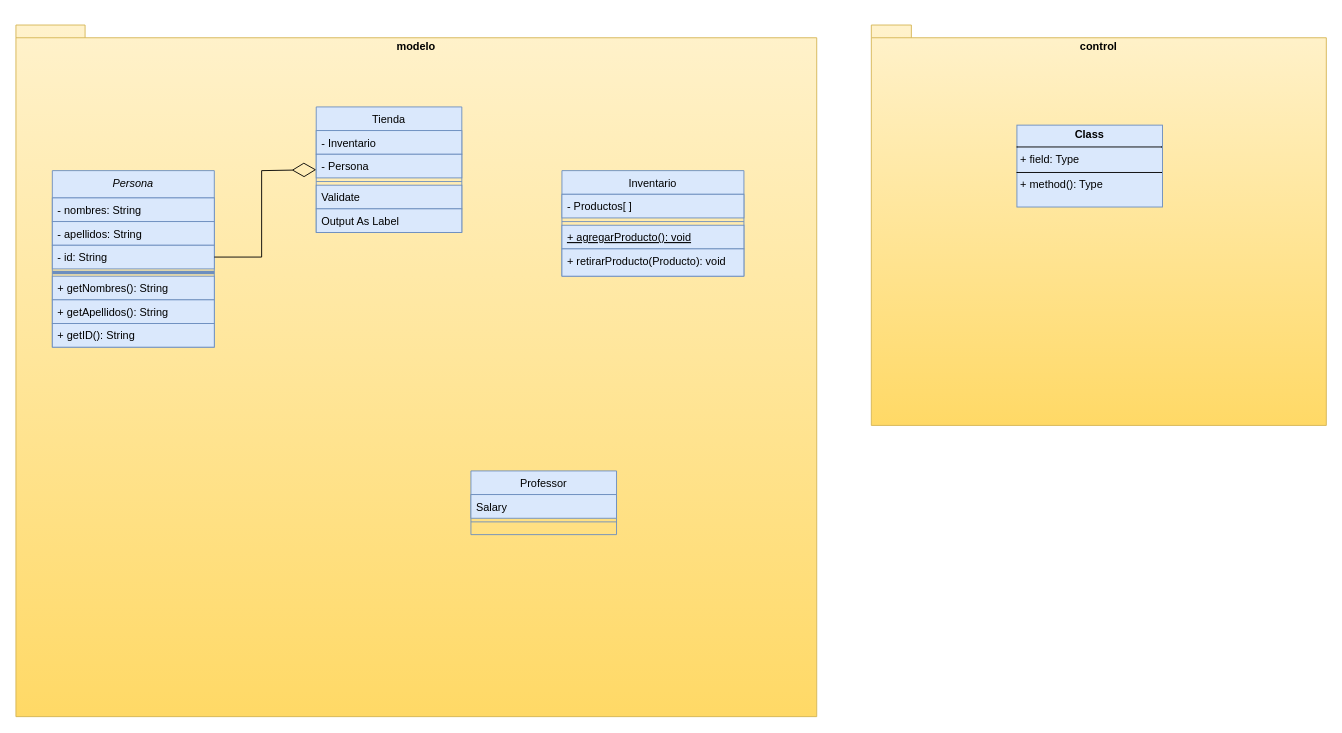
This is ProyectoPOO2024-2/UMLProyecto.drawio from AndresFCastano7723/ProyectoPOO2024-2, a draw.io file, before an edit. Source tidied: cells renumbered, new cells numbered last; positions are measured from the earlier drawing's top-left corner, leaving out a move shared by most shapes. Both pictures are drawn from the tidied source at 91%, with x=0, y=0 at pixel (15, 25).
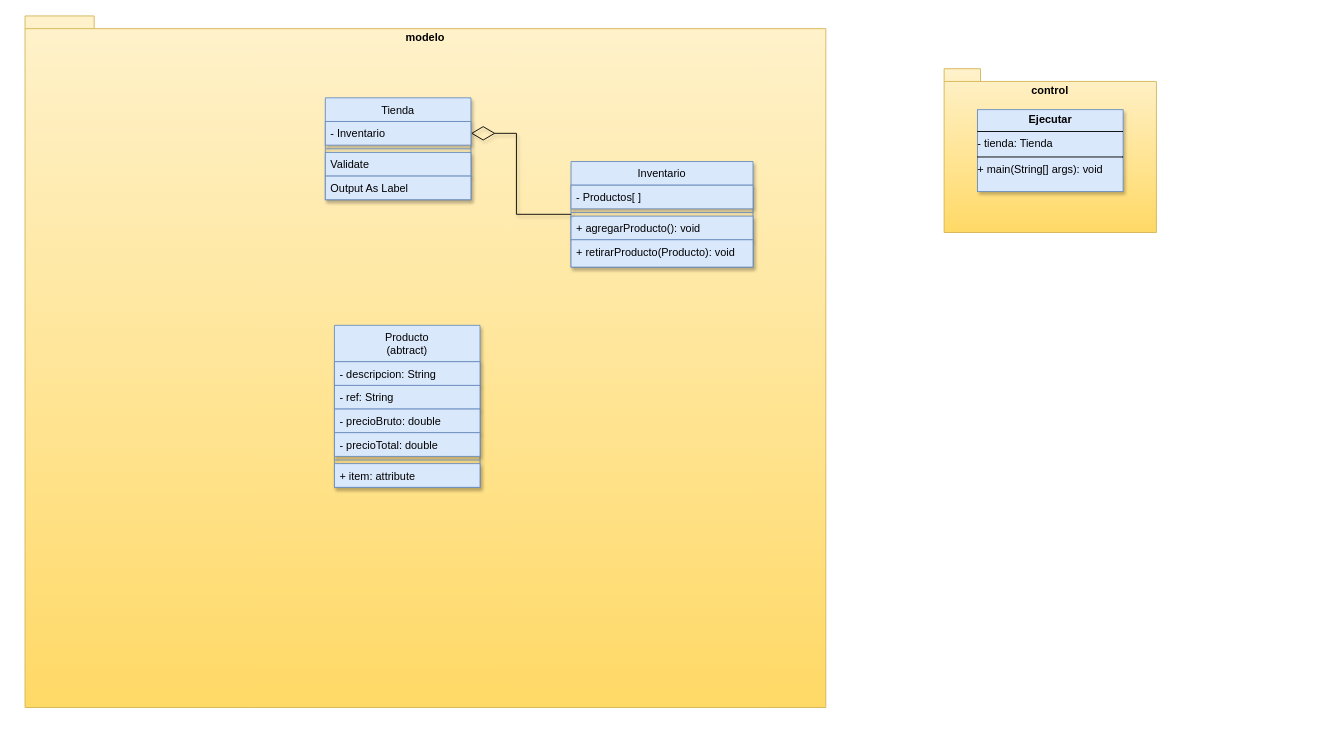
The same diagram, later.

The edit, as a diff of the source:
```diff
@@
+    <mxCell id="28" style="group;" parent="1" vertex="1">
+      <mxGeometry x="1020" y="48" width="233.3" height="180" as="geometry" />
+    </mxCell>
+    <mxCell id="26" value="control" style="shape=folder;fontStyle=1;spacingTop=10;tabWidth=40;tabHeight=14;tabPosition=left;html=1;whiteSpace=wrap;verticalAlign=top;fillColor=#fff2cc;strokeColor=#d6b656;gradientColor=#ffd966;" parent="28" vertex="1">
+      <mxGeometry width="233.3" height="180" as="geometry" />
+    </mxCell>
+    <mxCell id="27" value="&lt;p style=&quot;margin:0px;margin-top:4px;text-align:center;&quot;&gt;&lt;b&gt;Ejecutar&lt;/b&gt;&lt;/p&gt;&lt;hr size=&quot;1&quot; style=&quot;border-style:solid;&quot;&gt;- tienda: Tienda&lt;br&gt;&lt;hr size=&quot;1&quot; style=&quot;border-style:solid;&quot;&gt;+ main(String[] args): void" style="verticalAlign=top;align=left;overflow=fill;html=1;whiteSpace=wrap;strokeColor=#6c8ebf;spacingLeft=4;spacingRight=4;fontFamily=Helvetica;fontSize=12;fontColor=default;fillColor=#dae8fc;gradientColor=none;shadow=1;glass=0;rounded=0;" parent="28" vertex="1">
+      <mxGeometry x="36.7" y="45" width="160" height="90" as="geometry" />
+    </mxCell>
+    <mxCell id="29" style="group;" parent="1" vertex="1">
+      <mxGeometry x="10" y="-10" width="880" height="760" as="geometry" />
+    </mxCell>
-    <mxCell id="2" value="modelo" style="shape=folder;fontStyle=1;spacingTop=10;tabWidth=40;tabHeight=14;tabPosition=left;html=1;whiteSpace=wrap;verticalAlign=top;fillColor=#fff2cc;strokeColor=#d6b656;gradientColor=#ffd966;" parent="1" vertex="1">
+    <mxCell id="2" value="modelo" style="shape=folder;fontStyle=1;spacingTop=10;tabWidth=40;tabHeight=14;tabPosition=left;html=1;whiteSpace=wrap;verticalAlign=top;fillColor=#fff2cc;strokeColor=#d6b656;gradientColor=#ffd966;" parent="29" vertex="1">
       <mxGeometry width="880" height="760" as="geometry" />
     </mxCell>
-    <mxCell id="3" value="Persona" style="swimlane;fontStyle=2;align=center;verticalAlign=top;horizontal=1;startSize=30;rounded=0;shadow=0;strokeWidth=1;fillColor=#dae8fc;strokeColor=#6c8ebf;" parent="1" vertex="1">
-      <mxGeometry x="40" y="160" width="178" height="194" as="geometry" />
-    </mxCell>
-    <mxCell id="4" value="- nombres: String" style="text;align=left;verticalAlign=top;spacingLeft=4;spacingRight=4;overflow=hidden;fillColor=#dae8fc;strokeColor=#6c8ebf;" parent="3" vertex="1">
-      <mxGeometry y="30" width="178" height="26" as="geometry" />
-    </mxCell>
-    <mxCell id="5" value="- apellidos: String" style="text;align=left;verticalAlign=top;spacingLeft=4;spacingRight=4;overflow=hidden;rounded=0;shadow=0;html=0;fillColor=#dae8fc;strokeColor=#6c8ebf;" parent="3" vertex="1">
-      <mxGeometry y="56" width="178" height="26" as="geometry" />
-    </mxCell>
-    <mxCell id="6" value="- id: String" style="text;align=left;verticalAlign=top;spacingLeft=4;spacingRight=4;overflow=hidden;points=[[0,0.5],[1,0.5]];portConstraint=eastwest;rounded=0;shadow=0;html=0;fillColor=#dae8fc;strokeColor=#6c8ebf;" parent="3" vertex="1">
-      <mxGeometry y="82" width="178" height="26" as="geometry" />
-    </mxCell>
-    <mxCell id="7" style="line;html=1;strokeWidth=4;align=left;verticalAlign=middle;spacingTop=-1;spacingLeft=3;spacingRight=3;labelPosition=right;fillColor=#9AC7BF;strokeColor=#6c8ebf;" parent="3" vertex="1">
-      <mxGeometry y="108" width="178" height="8" as="geometry" />
-    </mxCell>
-    <mxCell id="8" value="+ getNombres(): String" style="text;align=left;verticalAlign=top;spacingLeft=4;spacingRight=4;overflow=hidden;fillColor=#dae8fc;strokeColor=#6c8ebf;" parent="3" vertex="1">
-      <mxGeometry y="116" width="178" height="26" as="geometry" />
-    </mxCell>
-    <mxCell id="9" value="+ getApellidos(): String" style="text;align=left;verticalAlign=top;spacingLeft=4;spacingRight=4;overflow=hidden;fillColor=#dae8fc;strokeColor=#6c8ebf;" parent="3" vertex="1">
-      <mxGeometry y="142" width="178" height="26" as="geometry" />
-    </mxCell>
-    <mxCell id="10" value="+ getID(): String" style="text;align=left;verticalAlign=top;spacingLeft=4;spacingRight=4;overflow=hidden;fillColor=#dae8fc;strokeColor=#6c8ebf;" parent="3" vertex="1">
-      <mxGeometry y="168" width="178" height="26" as="geometry" />
-    </mxCell>
-    <mxCell id="11" value="Inventario" style="swimlane;fontStyle=0;align=center;verticalAlign=top;horizontal=1;startSize=26;rounded=0;shadow=0;strokeWidth=1;fillColor=#dae8fc;strokeColor=#6c8ebf;" parent="1" vertex="1">
+    <mxCell id="11" value="Inventario" style="swimlane;fontStyle=0;align=center;verticalAlign=top;horizontal=1;startSize=26;rounded=0;shadow=1;strokeWidth=1;fillColor=#dae8fc;strokeColor=#6c8ebf;" parent="29" vertex="1">
       <mxGeometry x="600" y="160" width="200" height="116" as="geometry" />
     </mxCell>
-    <mxCell id="12" value="- Productos[ ]" style="text;align=left;verticalAlign=top;spacingLeft=4;spacingRight=4;overflow=hidden;fillColor=#dae8fc;strokeColor=#6c8ebf;" parent="11" vertex="1">
+    <mxCell id="12" value="- Productos[ ]" style="text;align=left;verticalAlign=top;spacingLeft=4;spacingRight=4;overflow=hidden;fillColor=#dae8fc;strokeColor=#6c8ebf;shadow=1;" parent="11" vertex="1">
       <mxGeometry y="26" width="200" height="26" as="geometry" />
     </mxCell>
-    <mxCell id="13" style="line;html=1;strokeWidth=1;align=left;verticalAlign=middle;spacingTop=-1;spacingLeft=3;spacingRight=3;labelPosition=right;fillColor=#dae8fc;strokeColor=#6c8ebf;" parent="11" vertex="1">
+    <mxCell id="13" style="line;html=1;strokeWidth=1;align=left;verticalAlign=middle;spacingTop=-1;spacingLeft=3;spacingRight=3;labelPosition=right;fillColor=#dae8fc;strokeColor=#6c8ebf;shadow=1;" parent="11" vertex="1">
       <mxGeometry y="52" width="200" height="8" as="geometry" />
     </mxCell>
-    <mxCell id="14" value="+ agregarProducto(): void" style="text;align=left;verticalAlign=top;spacingLeft=4;spacingRight=4;overflow=hidden;fontStyle=4;fillColor=#dae8fc;strokeColor=#6c8ebf;" parent="11" vertex="1">
+    <mxCell id="14" value="+ agregarProducto(): void" style="text;align=left;verticalAlign=top;spacingLeft=4;spacingRight=4;overflow=hidden;fontStyle=0;fillColor=#dae8fc;strokeColor=#6c8ebf;shadow=1;" parent="11" vertex="1">
       <mxGeometry y="60" width="200" height="26" as="geometry" />
     </mxCell>
-    <mxCell id="15" value="+ retirarProducto(Producto): void" style="text;align=left;verticalAlign=top;spacingLeft=4;spacingRight=4;overflow=hidden;fillColor=#dae8fc;strokeColor=#6c8ebf;" parent="11" vertex="1">
+    <mxCell id="15" value="+ retirarProducto(Producto): void" style="text;align=left;verticalAlign=top;spacingLeft=4;spacingRight=4;overflow=hidden;fillColor=#dae8fc;strokeColor=#6c8ebf;shadow=1;" parent="11" vertex="1">
       <mxGeometry y="86" width="200" height="30" as="geometry" />
     </mxCell>
-    <mxCell id="16" value="Professor" style="swimlane;fontStyle=0;align=center;verticalAlign=top;horizontal=1;startSize=26;rounded=0;shadow=0;strokeWidth=1;fillColor=#dae8fc;strokeColor=#6c8ebf;" parent="1" vertex="1">
-      <mxGeometry x="500" y="490" width="160" height="70" as="geometry" />
+    <mxCell id="16" value="Producto&#10;(abtract)&#10;" style="swimlane;fontStyle=0;align=center;verticalAlign=top;horizontal=1;startSize=40;rounded=0;shadow=1;strokeWidth=1;fillColor=#dae8fc;strokeColor=#6c8ebf;" parent="29" vertex="1">
+      <mxGeometry x="340" y="340" width="160" height="178" as="geometry" />
     </mxCell>
-    <mxCell id="17" value="Salary" style="text;align=left;verticalAlign=top;spacingLeft=4;spacingRight=4;overflow=hidden;fillColor=#dae8fc;strokeColor=#6c8ebf;" parent="16" vertex="1">
-      <mxGeometry y="26" width="160" height="26" as="geometry" />
+    <mxCell id="17" value="- descripcion: String" style="text;align=left;verticalAlign=top;spacingLeft=4;spacingRight=4;overflow=hidden;fillColor=#dae8fc;strokeColor=#6c8ebf;shadow=1;" parent="16" vertex="1">
+      <mxGeometry y="40" width="160" height="26" as="geometry" />
     </mxCell>
+    <mxCell id="30" value="- ref: String" style="text;align=left;verticalAlign=top;spacingLeft=4;spacingRight=4;overflow=hidden;fillColor=#dae8fc;strokeColor=#6c8ebf;shadow=1;" parent="16" vertex="1">
+      <mxGeometry y="66" width="160" height="26" as="geometry" />
+    </mxCell>
+    <mxCell id="31" value="- precioBruto: double" style="text;align=left;verticalAlign=top;spacingLeft=4;spacingRight=4;overflow=hidden;fillColor=#dae8fc;strokeColor=#6c8ebf;shadow=1;" parent="16" vertex="1">
+      <mxGeometry y="92" width="160" height="26" as="geometry" />
+    </mxCell>
+    <mxCell id="32" value="- precioTotal: double" style="text;align=left;verticalAlign=top;spacingLeft=4;spacingRight=4;overflow=hidden;fillColor=#dae8fc;strokeColor=#6c8ebf;shadow=1;" parent="16" vertex="1">
+      <mxGeometry y="118" width="160" height="26" as="geometry" />
+    </mxCell>
-    <mxCell id="18" style="line;html=1;strokeWidth=1;align=left;verticalAlign=middle;spacingTop=-1;spacingLeft=3;spacingRight=3;labelPosition=right;fillColor=#dae8fc;strokeColor=#6c8ebf;" parent="16" vertex="1">
-      <mxGeometry y="52" width="160" height="8" as="geometry" />
+    <mxCell id="18" style="line;html=1;strokeWidth=1;align=left;verticalAlign=middle;spacingTop=-1;spacingLeft=3;spacingRight=3;labelPosition=right;fillColor=#dae8fc;strokeColor=#6c8ebf;shadow=1;" parent="16" vertex="1">
+      <mxGeometry y="144" width="160" height="8" as="geometry" />
     </mxCell>
+    <mxCell id="33" value="+ item: attribute" style="text;align=left;verticalAlign=top;spacingLeft=4;spacingRight=4;overflow=hidden;fillColor=#dae8fc;strokeColor=#6c8ebf;shadow=1;" parent="16" vertex="1">
+      <mxGeometry y="152" width="160" height="26" as="geometry" />
+    </mxCell>
+    <mxCell id="34" style="endArrow=diamondThin;endFill=0;endSize=24;html=1;rounded=0;fontFamily=Helvetica;fontSize=12;fontColor=default;fontStyle=2;entryX=1;entryY=0.5;entryDx=0;entryDy=0;entryPerimeter=0;shadow=1;" parent="29" edge="1" source="11" target="20">
+      <mxGeometry relative="1" as="geometry">
+        <Array as="points">
+          <mxPoint x="540" y="218" />
+          <mxPoint x="540" y="129" />
+        </Array>
+      </mxGeometry>
+    </mxCell>
-    <mxCell id="19" value="Tienda" style="swimlane;fontStyle=0;align=center;verticalAlign=top;horizontal=1;startSize=26;rounded=0;shadow=0;strokeWidth=1;fillColor=#dae8fc;strokeColor=#6c8ebf;" parent="1" vertex="1">
-      <mxGeometry x="330" y="90" width="160" height="138" as="geometry" />
+    <mxCell id="19" value="Tienda" style="swimlane;fontStyle=0;align=center;verticalAlign=top;horizontal=1;startSize=26;rounded=0;shadow=1;strokeWidth=1;fillColor=#dae8fc;strokeColor=#6c8ebf;" parent="29" vertex="1">
+      <mxGeometry x="330" y="90" width="160" height="112" as="geometry" />
     </mxCell>
-    <mxCell id="20" value="- Inventario" style="text;align=left;verticalAlign=top;spacingLeft=4;spacingRight=4;overflow=hidden;points=[[0,0.5],[1,0.5]];portConstraint=eastwest;fillColor=#dae8fc;strokeColor=#6c8ebf;" parent="19" vertex="1">
+    <mxCell id="20" value="- Inventario" style="text;align=left;verticalAlign=top;spacingLeft=4;spacingRight=4;overflow=hidden;points=[[0,0.5],[1,0.5]];portConstraint=eastwest;fillColor=#dae8fc;strokeColor=#6c8ebf;shadow=1;" parent="19" vertex="1">
       <mxGeometry y="26" width="160" height="26" as="geometry" />
     </mxCell>
-    <mxCell id="21" value="- Persona" style="text;align=left;verticalAlign=top;spacingLeft=4;spacingRight=4;overflow=hidden;rounded=0;shadow=0;html=0;fillColor=#dae8fc;strokeColor=#6c8ebf;" parent="19" vertex="1">
-      <mxGeometry y="52" width="160" height="26" as="geometry" />
-    </mxCell>
-    <mxCell id="22" style="line;html=1;strokeWidth=1;align=left;verticalAlign=middle;spacingTop=-1;spacingLeft=3;spacingRight=3;labelPosition=right;fillColor=#dae8fc;strokeColor=#6c8ebf;" parent="19" vertex="1">
-      <mxGeometry y="78" width="160" height="8" as="geometry" />
+    <mxCell id="22" style="line;html=1;strokeWidth=1;align=left;verticalAlign=middle;spacingTop=-1;spacingLeft=3;spacingRight=3;labelPosition=right;fillColor=#dae8fc;strokeColor=#6c8ebf;shadow=1;" parent="19" vertex="1">
+      <mxGeometry y="52" width="160" height="8" as="geometry" />
     </mxCell>
-    <mxCell id="23" value="Validate" style="text;align=left;verticalAlign=top;spacingLeft=4;spacingRight=4;overflow=hidden;fillColor=#dae8fc;strokeColor=#6c8ebf;" parent="19" vertex="1">
-      <mxGeometry y="86" width="160" height="26" as="geometry" />
+    <mxCell id="23" value="Validate" style="text;align=left;verticalAlign=top;spacingLeft=4;spacingRight=4;overflow=hidden;fillColor=#dae8fc;strokeColor=#6c8ebf;shadow=1;" parent="19" vertex="1">
+      <mxGeometry y="60" width="160" height="26" as="geometry" />
     </mxCell>
-    <mxCell id="24" value="Output As Label" style="text;align=left;verticalAlign=top;spacingLeft=4;spacingRight=4;overflow=hidden;fillColor=#dae8fc;strokeColor=#6c8ebf;" parent="19" vertex="1">
-      <mxGeometry y="112" width="160" height="26" as="geometry" />
+    <mxCell id="24" value="Output As Label" style="text;align=left;verticalAlign=top;spacingLeft=4;spacingRight=4;overflow=hidden;fillColor=#dae8fc;strokeColor=#6c8ebf;shadow=1;" parent="19" vertex="1">
+      <mxGeometry y="86" width="160" height="26" as="geometry" />
     </mxCell>
-    <mxCell id="25" style="endArrow=diamondThin;endFill=0;endSize=24;html=1;rounded=0;fontFamily=Helvetica;fontSize=12;fontColor=default;fontStyle=2;entryX=0;entryY=0.5;entryDx=0;entryDy=0;exitX=1;exitY=0.5;exitDx=0;exitDy=0;" parent="1" edge="1" source="6" target="19">
-      <mxGeometry relative="1" as="geometry">
-        <Array as="points">
-          <mxPoint x="270" y="255" />
-          <mxPoint x="270" y="160" />
-        </Array>
-      </mxGeometry>
-    </mxCell>
-    <mxCell id="26" value="control" style="shape=folder;fontStyle=1;spacingTop=10;tabWidth=40;tabHeight=14;tabPosition=left;html=1;whiteSpace=wrap;verticalAlign=top;fillColor=#fff2cc;strokeColor=#d6b656;gradientColor=#ffd966;" parent="1" vertex="1">
-      <mxGeometry x="940" width="500" height="440" as="geometry" />
-    </mxCell>
-    <mxCell id="27" value="&lt;p style=&quot;margin:0px;margin-top:4px;text-align:center;&quot;&gt;&lt;b&gt;Class&lt;/b&gt;&lt;/p&gt;&lt;hr size=&quot;1&quot; style=&quot;border-style:solid;&quot;/&gt;&lt;p style=&quot;margin:0px;margin-left:4px;&quot;&gt;+ field: Type&lt;/p&gt;&lt;hr size=&quot;1&quot; style=&quot;border-style:solid;&quot;/&gt;&lt;p style=&quot;margin:0px;margin-left:4px;&quot;&gt;+ method(): Type&lt;/p&gt;" style="verticalAlign=top;align=left;overflow=fill;html=1;whiteSpace=wrap;strokeColor=#6c8ebf;spacingLeft=4;spacingRight=4;fontFamily=Helvetica;fontSize=12;fontColor=default;fillColor=#dae8fc;gradientColor=none;" parent="1" vertex="1">
-      <mxGeometry x="1100" y="110" width="160" height="90" as="geometry" />
-    </mxCell>
```
